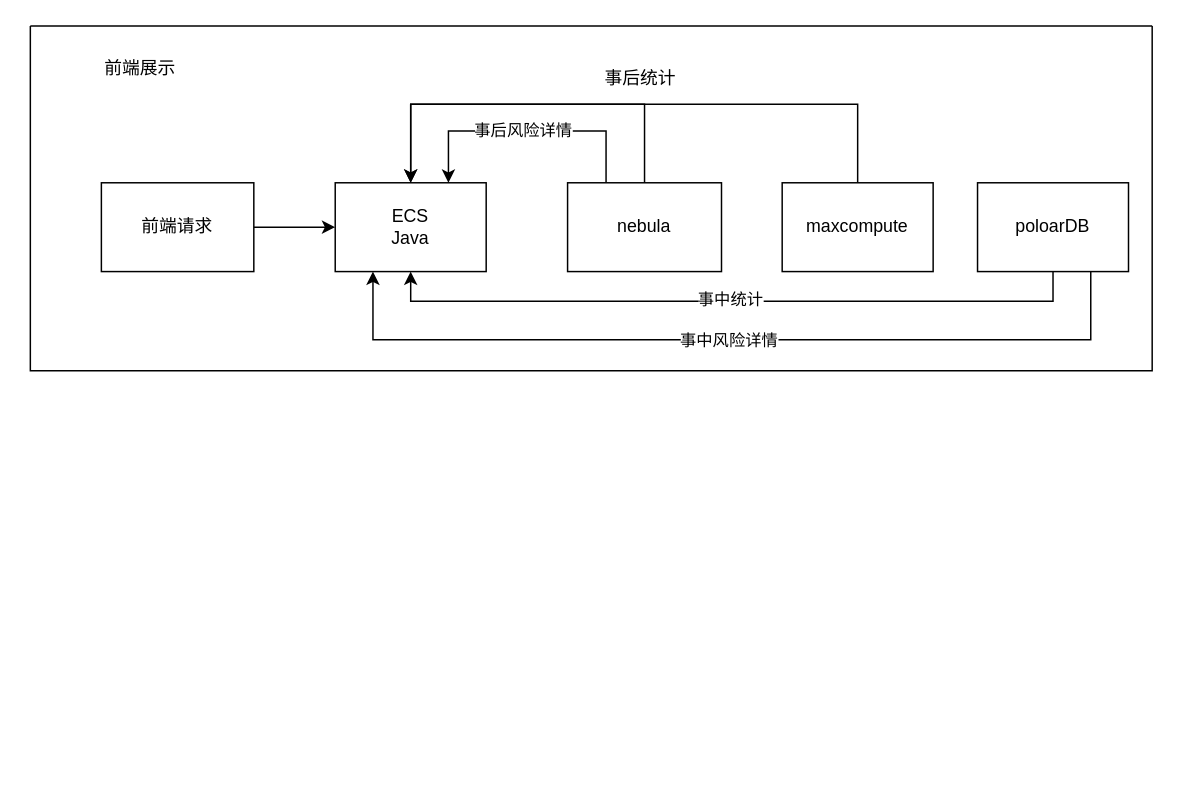
This is page "Page-3" (3 of 4) of 友邦/友邦事中数据流.drawio from XiaoLiuAI/diagrams, a draw.io file, before an edit. Source tidied: cells renumbered, new cells numbered last; positions are measured from the earlier drawing's top-left corner, leaving out a move shared by most shapes. Both pictures are drawn from the tidied source at 148%, with x=0, y=0 at pixel (30, 25).
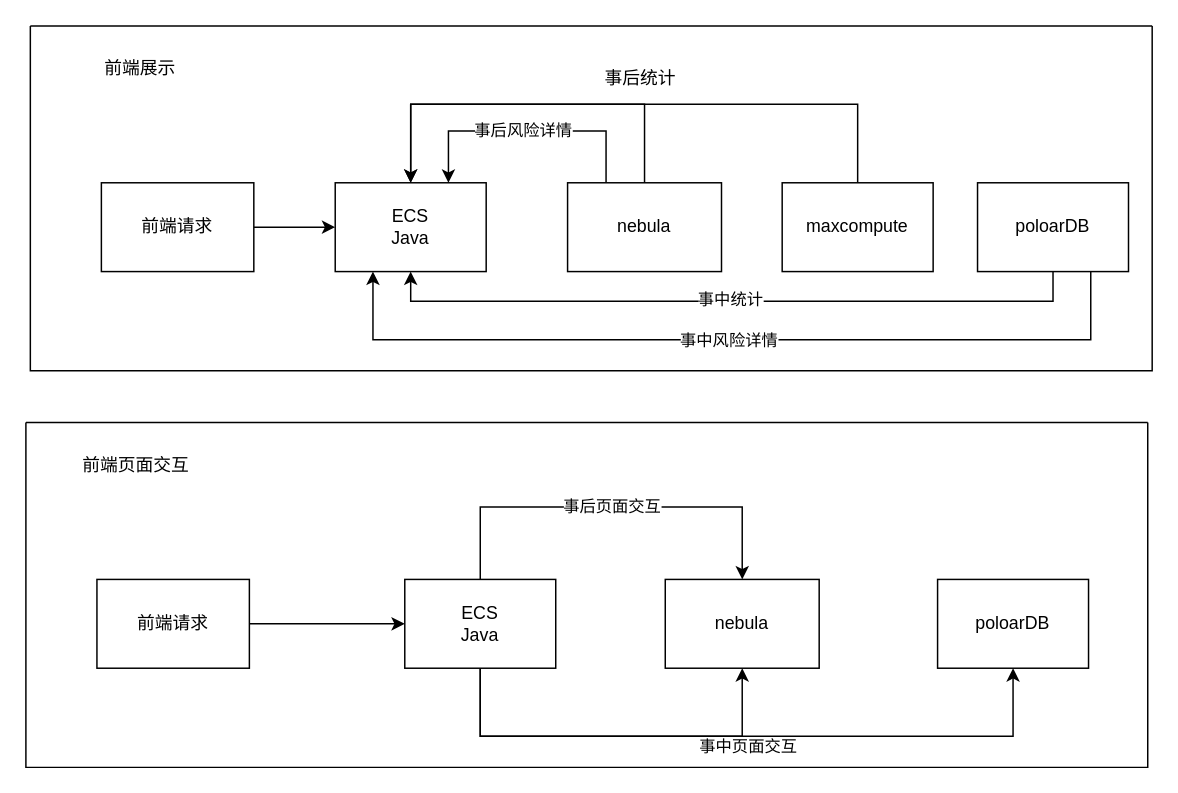
Above is the later version.

Diff of the diagram source:
```diff
@@
+    <mxCell id="19" style="swimlane;startSize=0;" parent="1" vertex="1">
+      <mxGeometry x="-3" y="268" width="758" height="233" as="geometry" />
+    </mxCell>
+    <mxCell id="20" value="前端页面交互" style="text;html=1;align=center;verticalAlign=middle;strokeColor=none;fillColor=none;" parent="19" vertex="1">
+      <mxGeometry x="29" y="16" width="90" height="26" as="geometry" />
+    </mxCell>
+    <mxCell id="21" style="edgeStyle=orthogonalEdgeStyle;rounded=0;jettySize=auto;html=1;" parent="19" edge="1" source="22" target="27">
+      <mxGeometry relative="1" as="geometry" />
+    </mxCell>
+    <mxCell id="22" value="前端请求" style="rounded=0;whiteSpace=wrap;html=1;" parent="19" vertex="1">
+      <mxGeometry x="48" y="106" width="103" height="60" as="geometry" />
+    </mxCell>
+    <mxCell id="23" value="事后页面交互" style="edgeStyle=orthogonalEdgeStyle;rounded=0;jettySize=auto;html=1;exitX=0.5;exitY=0;exitDx=0;exitDy=0;entryX=0.5;entryY=0;entryDx=0;entryDy=0;" parent="19" edge="1" source="27" target="28">
+      <mxGeometry relative="1" as="geometry">
+        <Array as="points">
+          <mxPoint x="307" y="57" />
+          <mxPoint x="484" y="57" />
+        </Array>
+      </mxGeometry>
+    </mxCell>
+    <mxCell id="24" style="edgeStyle=orthogonalEdgeStyle;rounded=0;jettySize=auto;html=1;exitX=0.5;exitY=1;exitDx=0;exitDy=0;entryX=0.5;entryY=1;entryDx=0;entryDy=0;" parent="19" edge="1" source="27" target="29">
+      <mxGeometry relative="1" as="geometry">
+        <Array as="points">
+          <mxPoint x="307" y="212" />
+          <mxPoint x="667" y="212" />
+        </Array>
+      </mxGeometry>
+    </mxCell>
+    <mxCell id="25" value="事中页面交互" style="edgeLabel;html=1;align=center;verticalAlign=middle;" parent="24" vertex="1">
+      <mxGeometry y="1" relative="1" as="geometry">
+        <mxPoint y="7" as="offset" />
+      </mxGeometry>
+    </mxCell>
+    <mxCell id="26" style="edgeStyle=orthogonalEdgeStyle;rounded=0;jettySize=auto;html=1;exitX=0.5;exitY=1;exitDx=0;exitDy=0;entryX=0.5;entryY=1;entryDx=0;entryDy=0;" parent="19" edge="1" source="27" target="28">
+      <mxGeometry relative="1" as="geometry">
+        <Array as="points">
+          <mxPoint x="307" y="212" />
+          <mxPoint x="484" y="212" />
+        </Array>
+      </mxGeometry>
+    </mxCell>
+    <mxCell id="27" value="ECS&lt;div&gt;Java&lt;/div&gt;" style="rounded=0;whiteSpace=wrap;html=1;" parent="19" vertex="1">
+      <mxGeometry x="256" y="106" width="102" height="60" as="geometry" />
+    </mxCell>
+    <mxCell id="28" value="nebula" style="rounded=0;whiteSpace=wrap;html=1;" parent="19" vertex="1">
+      <mxGeometry x="432" y="106" width="104" height="60" as="geometry" />
+    </mxCell>
+    <mxCell id="29" value="poloarDB" style="rounded=0;whiteSpace=wrap;html=1;" parent="19" vertex="1">
+      <mxGeometry x="616" y="106" width="102" height="60" as="geometry" />
+    </mxCell>
```
